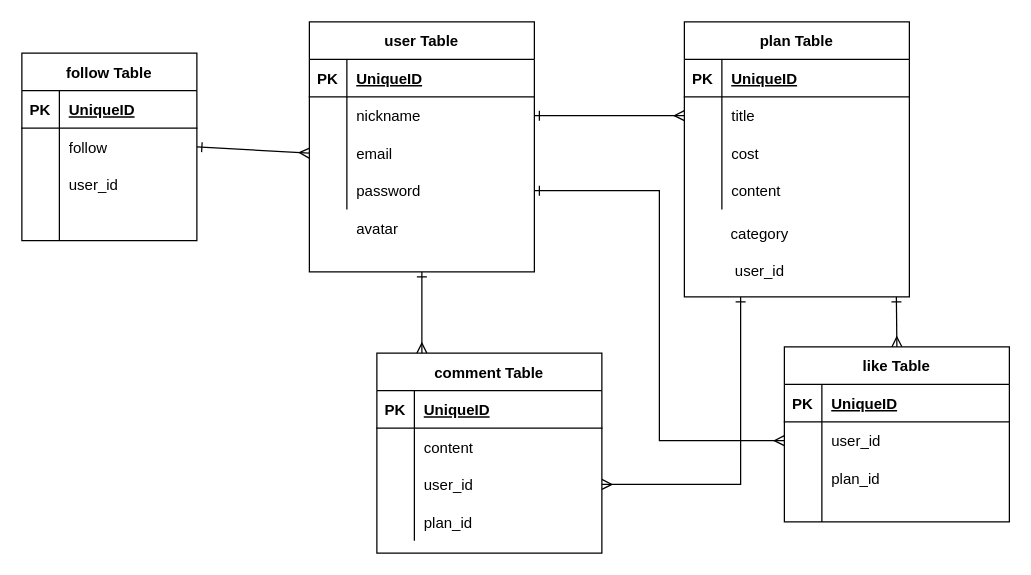
tyanyu0614/poitora keeps this draw.io diagram as test.dio. Above is the earlier version. Source tidied: cells renumbered, new cells numbered last; positions are measured from the earlier drawing's top-left corner, leaving out a move shared by most shapes. Both pictures are drawn from the tidied source at 125%, with x=0, y=0 at pixel (21, 21).
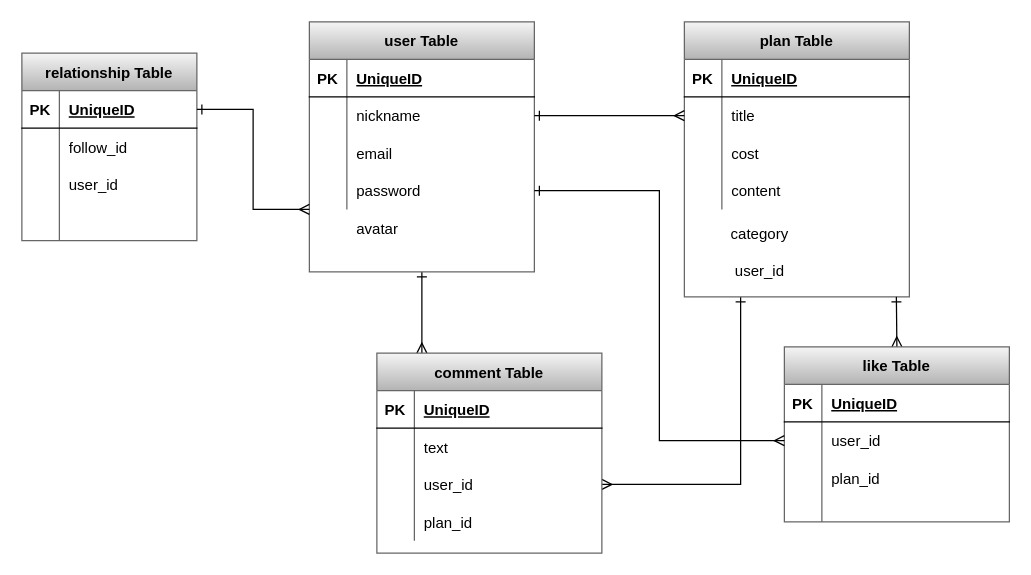
After the change.

Unchanged cells that the change refers to:
```xml
<mxCell id="24" style="shape=partialRectangle;fillColor=none;top=0;left=0;bottom=0;right=0;points=[[0,0.5],[1,0.5]];portConstraint=eastwest;" parent="17" vertex="1">
  <mxGeometry y="90" width="180" height="30" as="geometry" />
</mxCell>
<mxCell id="35" style="shape=partialRectangle;fillColor=none;top=0;left=0;bottom=0;right=0;" parent="31" vertex="1">
  <mxGeometry y="60" width="180" height="30" as="geometry" />
</mxCell>
<mxCell id="63" style="shape=partialRectangle;fillColor=none;top=0;left=0;bottom=1;right=0;points=[[0,0.5],[1,0.5]];portConstraint=eastwest;" parent="62" vertex="1">
  <mxGeometry y="30" width="140" height="30" as="geometry" />
</mxCell>
<mxCell id="66" style="shape=partialRectangle;fillColor=none;top=0;left=0;bottom=0;right=0;points=[[0,0.5],[1,0.5]];portConstraint=eastwest;" parent="62" vertex="1">
  <mxGeometry y="60" width="140" height="30" as="geometry" />
</mxCell>
```

What changed in the source:
```diff
@@
-    <mxCell id="3" value="plan Table" style="shape=table;startSize=30;childLayout=tableLayout;rowLines=0;fontStyle=1;align=center;" parent="1" vertex="1">
+    <mxCell id="3" value="plan Table" style="shape=table;startSize=30;childLayout=tableLayout;rowLines=0;fontStyle=1;align=center;labelBackgroundColor=none;fillColor=#f5f5f5;strokeColor=#666666;gradientColor=#b3b3b3;" parent="1" vertex="1">
       <mxGeometry x="530" width="180" height="220" as="geometry" />
     </mxCell>
@@
-    <mxCell id="17" value="user Table" style="shape=table;startSize=30;childLayout=tableLayout;rowLines=0;fontStyle=1;align=center;" parent="1" vertex="1">
+    <mxCell id="17" value="user Table" style="shape=table;startSize=30;childLayout=tableLayout;rowLines=0;fontStyle=1;align=center;gradientColor=#b3b3b3;fillColor=#f5f5f5;strokeColor=#666666;" parent="1" vertex="1">
       <mxGeometry x="230" width="180" height="200" as="geometry" />
     </mxCell>
@@
-    <mxCell id="31" value="comment Table" style="shape=table;startSize=30;childLayout=tableLayout;rowLines=0;fontStyle=1;align=center;" parent="1" vertex="1">
+    <mxCell id="31" value="comment Table" style="shape=table;startSize=30;childLayout=tableLayout;rowLines=0;fontStyle=1;align=center;gradientColor=#b3b3b3;fillColor=#f5f5f5;strokeColor=#666666;" parent="1" vertex="1">
       <mxGeometry x="284" y="265" width="180" height="160" as="geometry" />
     </mxCell>
@@
-    <mxCell id="37" value="content" style="shape=partialRectangle;fillColor=none;top=0;left=0;bottom=0;right=0;align=left;spacingLeft=6;overflow=hidden;" parent="35" vertex="1">
+    <mxCell id="37" value="text" style="shape=partialRectangle;fillColor=none;top=0;left=0;bottom=0;right=0;align=left;spacingLeft=6;overflow=hidden;" parent="35" vertex="1">
       <mxGeometry x="30" width="150" height="30" as="geometry" />
     </mxCell>
@@
-    <mxCell id="46" value="like Table" style="shape=table;startSize=30;childLayout=tableLayout;rowLines=0;fontStyle=1;align=center;" parent="1" vertex="1">
+    <mxCell id="46" value="like Table" style="shape=table;startSize=30;childLayout=tableLayout;rowLines=0;fontStyle=1;align=center;gradientColor=#b3b3b3;fillColor=#f5f5f5;strokeColor=#666666;" parent="1" vertex="1">
       <mxGeometry x="610" y="260" width="180" height="140" as="geometry" />
     </mxCell>
@@
-    <mxCell id="62" value="follow Table" style="shape=table;startSize=30;childLayout=tableLayout;rowLines=0;fontStyle=1;align=center;" parent="1" vertex="1">
+    <mxCell id="62" value="relationship Table" style="shape=table;startSize=30;childLayout=tableLayout;rowLines=0;fontStyle=1;align=center;labelBackgroundColor=none;gradientColor=#b3b3b3;fillColor=#f5f5f5;strokeColor=#666666;" parent="1" vertex="1">
       <mxGeometry y="25" width="140" height="150" as="geometry" />
     </mxCell>
@@
-    <mxCell id="68" value="follow" style="shape=partialRectangle;fillColor=none;top=0;left=0;bottom=0;right=0;align=left;spacingLeft=6;overflow=hidden;" parent="66" vertex="1">
+    <mxCell id="68" value="follow_id" style="shape=partialRectangle;fillColor=none;top=0;left=0;bottom=0;right=0;align=left;spacingLeft=6;overflow=hidden;" parent="66" vertex="1">
       <mxGeometry x="30" width="110" height="30" as="geometry" />
     </mxCell>
@@
-    <mxCell id="75" style="rounded=0;jettySize=auto;html=1;exitX=1;exitY=0.5;exitDx=0;exitDy=0;entryX=0;entryY=0.5;entryDx=0;entryDy=0;startArrow=ERone;startFill=0;endArrow=ERmany;endFill=0;" parent="1" edge="1" source="66" target="24">
+    <mxCell id="75" style="rounded=0;jettySize=auto;html=1;exitX=1;exitY=0.5;exitDx=0;exitDy=0;startArrow=ERone;startFill=0;endArrow=ERmany;endFill=0;entryX=0;entryY=0.75;entryDx=0;entryDy=0;edgeStyle=orthogonalEdgeStyle;" parent="1" edge="1" source="63" target="17">
       <mxGeometry relative="1" as="geometry" />
     </mxCell>
```
